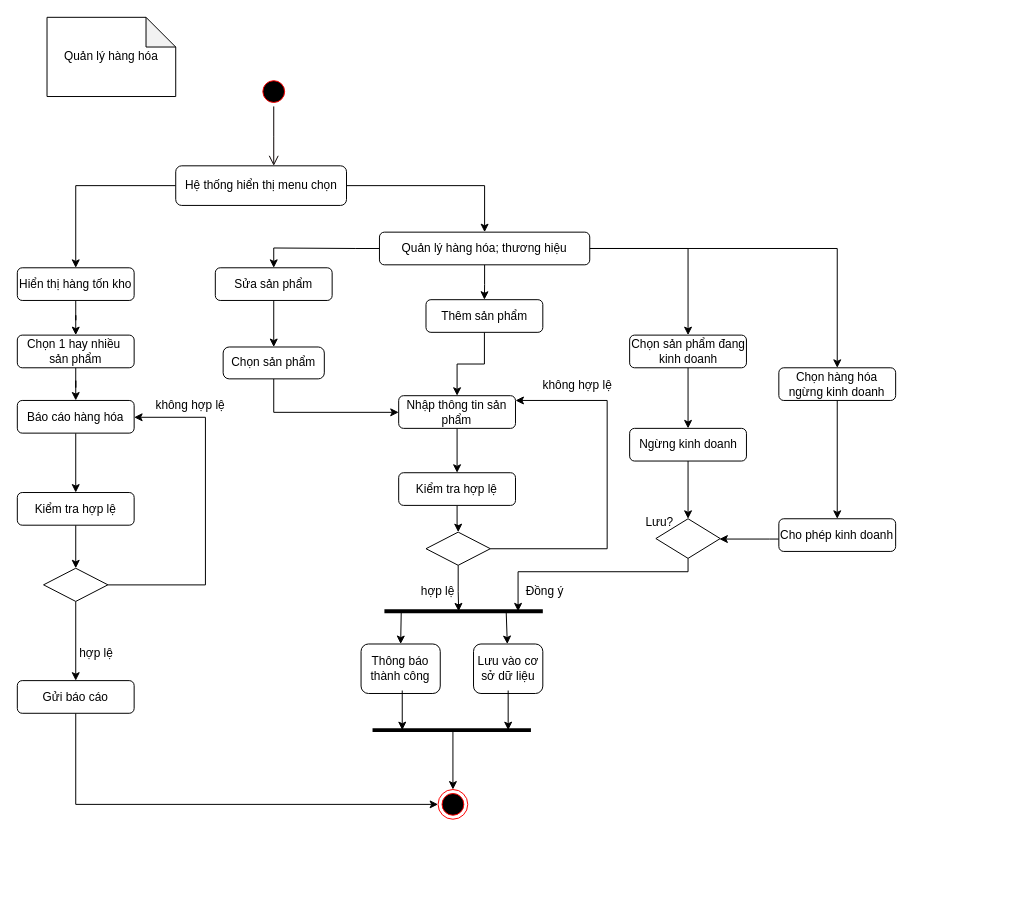
TccKaiCi/PTTK_CuaHangGiay keeps this draw.io diagram as Diagram/Activity/QL_HangHoa - Ver 2.drawio. Above is the earlier version. Source tidied: cells renumbered, new cells numbered last; positions are measured from the earlier drawing's top-left corner, leaving out a move shared by most shapes. Both pictures are drawn from the tidied source at 99%, with x=0, y=0 at pixel (17, 17).
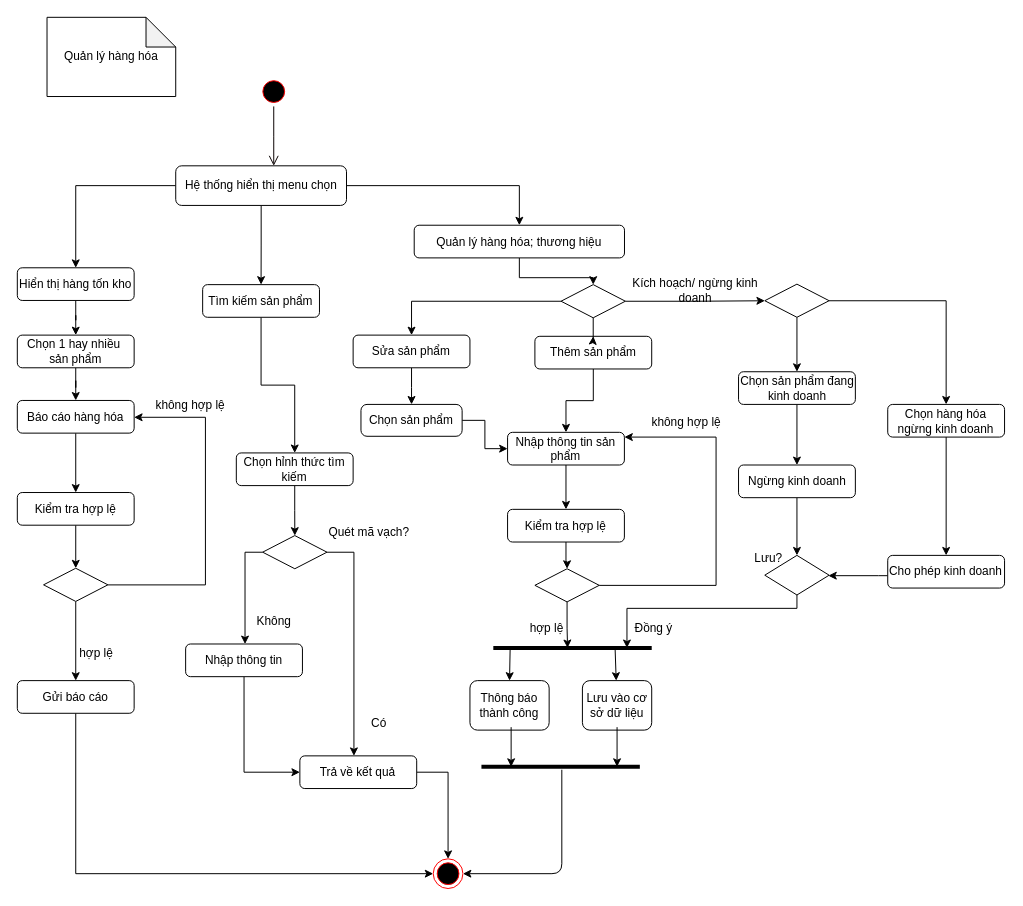
The same page after the edit.

The change refers to these unchanged cells:
```xml
<mxCell id="7" value="Hệ thống hiển thị menu chọn" style="rounded=1;whiteSpace=wrap;html=1;" parent="1" vertex="1">
  <mxGeometry x="160" y="150" width="172.5" height="40" as="geometry" />
</mxCell>
<mxCell id="65" value="Gửi báo cáo" style="rounded=1;whiteSpace=wrap;html=1;" parent="1" vertex="1">
  <mxGeometry y="670" width="118" height="33" as="geometry" />
</mxCell>
```

The edit, as a diff of the source:
```diff
@@
+    <mxCell id="66" style="edgeStyle=orthogonalEdgeStyle;rounded=0;jettySize=auto;html=1;" parent="1" edge="1" source="7" target="69">
+      <mxGeometry relative="1" as="geometry" />
+    </mxCell>
@@
     <mxCell id="8" style="ellipse;html=1;shape=endState;fillColor=#000000;strokeColor=#ff0000;" parent="1" vertex="1">
-      <mxGeometry x="425" y="780" width="30" height="30" as="geometry" />
+      <mxGeometry x="420.1" y="850" width="30" height="30" as="geometry" />
     </mxCell>
     <mxCell id="9" value="không hợp lệ" style="text;html=1;strokeColor=none;fillColor=none;align=center;verticalAlign=middle;whiteSpace=wrap;rounded=0;" parent="1" vertex="1">
-      <mxGeometry x="521.2" y="362.2" width="90" height="20" as="geometry" />
+      <mxGeometry x="631.2" y="399.2" width="90" height="20" as="geometry" />
     </mxCell>
-    <mxCell id="10" style="edgeStyle=orthogonalEdgeStyle;rounded=0;jettySize=auto;html=1;" parent="1" edge="1" source="14" target="18">
-      <mxGeometry relative="1" as="geometry" />
-    </mxCell>
-    <mxCell id="11" style="edgeStyle=orthogonalEdgeStyle;rounded=0;jettySize=auto;html=1;" parent="1" edge="1" source="14" target="48">
-      <mxGeometry relative="1" as="geometry" />
-    </mxCell>
-    <mxCell id="12" style="edgeStyle=orthogonalEdgeStyle;rounded=0;jettySize=auto;html=1;" parent="1" edge="1" source="14" target="51">
-      <mxGeometry relative="1" as="geometry" />
-    </mxCell>
-    <mxCell id="13" style="edgeStyle=orthogonalEdgeStyle;rounded=0;jettySize=auto;html=1;" parent="1" edge="1" source="14" target="39">
-      <mxGeometry relative="1" as="geometry" />
-    </mxCell>
+    <mxCell id="67" style="edgeStyle=orthogonalEdgeStyle;rounded=0;jettySize=auto;html=1;" parent="1" edge="1" source="14" target="73">
+      <mxGeometry relative="1" as="geometry" />
+    </mxCell>
     <mxCell id="14" value="Quản lý hàng hóa; thương hiệu" style="rounded=1;whiteSpace=wrap;html=1;" parent="1" vertex="1">
-      <mxGeometry x="365.8" y="217" width="212.4" height="33" as="geometry" />
+      <mxGeometry x="400.9" y="210" width="212.4" height="33" as="geometry" />
     </mxCell>
@@
     <mxCell id="18" value="Thêm sản phẩm" style="rounded=1;whiteSpace=wrap;html=1;" parent="1" vertex="1">
-      <mxGeometry x="412.8" y="285.2" width="118" height="33" as="geometry" />
+      <mxGeometry x="522.8" y="322.2" width="118" height="33" as="geometry" />
     </mxCell>
@@
     <mxCell id="22" value="Nhập thông tin sản phẩm" style="rounded=1;whiteSpace=wrap;html=1;" parent="1" vertex="1">
-      <mxGeometry x="385.2" y="382.2" width="118" height="33" as="geometry" />
+      <mxGeometry x="495.2" y="419.2" width="118" height="33" as="geometry" />
     </mxCell>
@@
     <mxCell id="24" value="Kiểm tra hợp lệ" style="rounded=1;whiteSpace=wrap;html=1;" parent="1" vertex="1">
-      <mxGeometry x="385.2" y="460" width="118" height="33" as="geometry" />
+      <mxGeometry x="495.2" y="497" width="118" height="33" as="geometry" />
     </mxCell>
     <mxCell id="25" style="edgeStyle=orthogonalEdgeStyle;rounded=0;jettySize=auto;html=1;" parent="1" edge="1" source="27" target="22">
       <mxGeometry relative="1" as="geometry">
         <Array as="points">
-          <mxPoint x="595.8" y="537" />
-          <mxPoint x="595.8" y="387" />
+          <mxPoint x="705.8" y="574" />
+          <mxPoint x="705.8" y="424" />
         </Array>
       </mxGeometry>
     </mxCell>
     <mxCell id="26" style="edgeStyle=orthogonalEdgeStyle;rounded=0;jettySize=auto;html=1;" parent="1" edge="1" source="27">
       <mxGeometry relative="1" as="geometry">
-        <mxPoint x="445.8" y="600" as="targetPoint" />
+        <mxPoint x="555.8" y="637" as="targetPoint" />
         <Array as="points">
-          <mxPoint x="445.8" y="580" />
-          <mxPoint x="445.8" y="580" />
+          <mxPoint x="555.8" y="617" />
+          <mxPoint x="555.8" y="617" />
         </Array>
       </mxGeometry>
     </mxCell>
     <mxCell id="27" style="rhombus;whiteSpace=wrap;html=1;" parent="1" vertex="1">
-      <mxGeometry x="412.8" y="520" width="65" height="33.5" as="geometry" />
+      <mxGeometry x="522.8" y="557" width="65" height="33.5" as="geometry" />
     </mxCell>
     <mxCell id="28" style="endArrow=none;html=1;strokeColor=#000000;strokeWidth=4;" parent="1" edge="1">
       <mxGeometry relative="1" as="geometry">
-        <mxPoint x="370.8" y="600" as="sourcePoint" />
-        <mxPoint x="530.8" y="600" as="targetPoint" />
+        <mxPoint x="480.8" y="637" as="sourcePoint" />
+        <mxPoint x="640.8" y="637" as="targetPoint" />
       </mxGeometry>
     </mxCell>
     <mxCell id="29" value="hợp lệ" style="text;html=1;strokeColor=none;fillColor=none;align=center;verticalAlign=middle;whiteSpace=wrap;rounded=0;" parent="1" vertex="1">
-      <mxGeometry x="395" y="570" width="60" height="20" as="geometry" />
+      <mxGeometry x="505" y="607" width="60" height="20" as="geometry" />
     </mxCell>
     <mxCell id="30" value="Thông báo thành công" style="rounded=1;whiteSpace=wrap;html=1;" parent="1" vertex="1">
-      <mxGeometry x="347.2" y="633" width="80" height="50" as="geometry" />
+      <mxGeometry x="457.2" y="670" width="80" height="50" as="geometry" />
     </mxCell>
     <mxCell id="31" value="Lưu vào cơ sở dữ liệu" style="rounded=1;whiteSpace=wrap;html=1;" parent="1" vertex="1">
-      <mxGeometry x="460.8" y="633" width="70" height="50" as="geometry" />
+      <mxGeometry x="570.8" y="670" width="70" height="50" as="geometry" />
     </mxCell>
     <mxCell id="32" style="endArrow=classic;html=1;strokeColor=#000000;strokeWidth=1;entryX=0.5;entryY=0;entryDx=0;entryDy=0;" parent="1" edge="1" target="30">
       <mxGeometry relative="1" as="geometry">
-        <mxPoint x="387.8" y="600" as="sourcePoint" />
+        <mxPoint x="497.8" y="637" as="sourcePoint" />
       </mxGeometry>
     </mxCell>
     <mxCell id="33" style="endArrow=classic;html=1;strokeColor=#000000;strokeWidth=1;" parent="1" edge="1" target="31">
       <mxGeometry relative="1" as="geometry">
-        <mxPoint x="493.8" y="600" as="sourcePoint" />
+        <mxPoint x="603.8" y="637" as="sourcePoint" />
       </mxGeometry>
     </mxCell>
     <mxCell id="34" style="endArrow=none;html=1;strokeColor=#000000;strokeWidth=4;" parent="1" edge="1">
       <mxGeometry relative="1" as="geometry">
-        <mxPoint x="358.8" y="720" as="sourcePoint" />
-        <mxPoint x="518.8" y="720" as="targetPoint" />
+        <mxPoint x="468.8" y="757" as="sourcePoint" />
+        <mxPoint x="628.8" y="757" as="targetPoint" />
       </mxGeometry>
     </mxCell>
     <mxCell id="35" style="endArrow=classic;html=1;strokeColor=#000000;strokeWidth=1;" parent="1" edge="1">
       <mxGeometry relative="1" as="geometry">
-        <mxPoint x="388.8" y="680" as="sourcePoint" />
-        <mxPoint x="388.8" y="720" as="targetPoint" />
+        <mxPoint x="498.8" y="717" as="sourcePoint" />
+        <mxPoint x="498.8" y="757" as="targetPoint" />
       </mxGeometry>
     </mxCell>
     <mxCell id="36" style="endArrow=classic;html=1;strokeColor=#000000;strokeWidth=1;" parent="1" edge="1">
       <mxGeometry relative="1" as="geometry">
-        <mxPoint x="495.8" y="680" as="sourcePoint" />
-        <mxPoint x="495.8" y="720" as="targetPoint" />
+        <mxPoint x="605.8" y="717" as="sourcePoint" />
+        <mxPoint x="605.8" y="757" as="targetPoint" />
       </mxGeometry>
     </mxCell>
-    <mxCell id="37" style="endArrow=classic;html=1;strokeColor=#000000;strokeWidth=1;entryX=0.5;entryY=0;entryDx=0;entryDy=0;" parent="1" edge="1" target="8">
-      <mxGeometry relative="1" as="geometry">
-        <mxPoint x="440" y="720" as="sourcePoint" />
-      </mxGeometry>
-    </mxCell>
@@
     <mxCell id="39" value="Sửa sản phẩm" style="rounded=1;whiteSpace=wrap;html=1;" parent="1" vertex="1">
-      <mxGeometry x="200" y="253" width="118" height="33" as="geometry" />
+      <mxGeometry x="339.2" y="321" width="118" height="33" as="geometry" />
     </mxCell>
     <mxCell id="40" style="edgeStyle=orthogonalEdgeStyle;rounded=0;jettySize=auto;html=1;" parent="1" edge="1" source="41" target="22">
-      <mxGeometry relative="1" as="geometry">
-        <Array as="points">
-          <mxPoint x="258.8" y="399" />
-        </Array>
-      </mxGeometry>
+      <mxGeometry relative="1" as="geometry" />
     </mxCell>
     <mxCell id="41" value="Chọn sản phẩm" style="rounded=1;whiteSpace=wrap;html=1;direction=south;arcSize=19;" parent="1" vertex="1">
-      <mxGeometry x="207.9" y="333" width="102.2" height="32.2" as="geometry" />
+      <mxGeometry x="347.1" y="391" width="102.2" height="32.2" as="geometry" />
     </mxCell>
@@
     <mxCell id="44" value="Ngừng kinh doanh" style="rounded=1;whiteSpace=wrap;html=1;" parent="1" vertex="1">
-      <mxGeometry x="618.5" y="415.2" width="118" height="33" as="geometry" />
+      <mxGeometry x="728.5" y="452.2" width="118" height="33" as="geometry" />
     </mxCell>
     <mxCell id="45" style="edgeStyle=orthogonalEdgeStyle;rounded=0;jettySize=auto;html=1;" parent="1" edge="1" source="46" target="50">
       <mxGeometry relative="1" as="geometry">
         <Array as="points">
-          <mxPoint x="760" y="527" />
-          <mxPoint x="760" y="527" />
+          <mxPoint x="870" y="564" />
+          <mxPoint x="870" y="564" />
         </Array>
       </mxGeometry>
     </mxCell>
     <mxCell id="46" value="Cho phép kinh doanh" style="rounded=1;whiteSpace=wrap;html=1;" parent="1" vertex="1">
-      <mxGeometry x="769.2" y="506.5" width="118" height="33" as="geometry" />
+      <mxGeometry x="879.2" y="543.5" width="118" height="33" as="geometry" />
     </mxCell>
@@
     <mxCell id="48" value="Chọn sản phẩm đang kinh doanh" style="rounded=1;whiteSpace=wrap;html=1;" parent="1" vertex="1">
-      <mxGeometry x="618.5" y="321" width="118" height="33" as="geometry" />
+      <mxGeometry x="728.5" y="358" width="118" height="33" as="geometry" />
     </mxCell>
     <mxCell id="49" style="edgeStyle=orthogonalEdgeStyle;rounded=0;jettySize=auto;html=1;" parent="1" edge="1" source="50">
       <mxGeometry relative="1" as="geometry">
-        <mxPoint x="505.8" y="600" as="targetPoint" />
+        <mxPoint x="615.8" y="637" as="targetPoint" />
         <Array as="points">
-          <mxPoint x="677.8" y="560" />
-          <mxPoint x="505.8" y="560" />
-          <mxPoint x="505.8" y="600" />
+          <mxPoint x="787.8" y="597" />
+          <mxPoint x="615.8" y="597" />
+          <mxPoint x="615.8" y="637" />
         </Array>
       </mxGeometry>
     </mxCell>
     <mxCell id="50" style="rhombus;whiteSpace=wrap;html=1;" parent="1" vertex="1">
-      <mxGeometry x="645" y="506.5" width="65" height="40" as="geometry" />
+      <mxGeometry x="755" y="543.5" width="65" height="40" as="geometry" />
     </mxCell>
     <mxCell id="51" value="Chọn hàng hóa ngừng kinh doanh" style="rounded=1;whiteSpace=wrap;html=1;" parent="1" vertex="1">
-      <mxGeometry x="769.2" y="354" width="118" height="33" as="geometry" />
+      <mxGeometry x="879.2" y="391" width="118" height="33" as="geometry" />
     </mxCell>
@@
     <mxCell id="53" value="Lưu?" style="text;html=1;strokeColor=none;fillColor=none;align=center;verticalAlign=middle;whiteSpace=wrap;rounded=0;" parent="1" vertex="1">
-      <mxGeometry x="618.5" y="500" width="60" height="20" as="geometry" />
+      <mxGeometry x="728.5" y="537" width="60" height="20" as="geometry" />
     </mxCell>
     <mxCell id="54" value="Đồng ý" style="text;html=1;strokeColor=none;fillColor=none;align=center;verticalAlign=middle;whiteSpace=wrap;rounded=0;" parent="1" vertex="1">
-      <mxGeometry x="503.2" y="570" width="60" height="20" as="geometry" />
+      <mxGeometry x="613.2" y="607" width="60" height="20" as="geometry" />
     </mxCell>
@@
     <mxCell id="64" style="edgeStyle=orthogonalEdgeStyle;rounded=0;jettySize=auto;html=1;" parent="1" edge="1" source="65" target="8">
       <mxGeometry relative="1" as="geometry">
         <Array as="points">
-          <mxPoint x="59" y="795" />
+          <mxPoint x="59" y="865" />
         </Array>
       </mxGeometry>
     </mxCell>
@@
+    <mxCell id="68" style="edgeStyle=orthogonalEdgeStyle;rounded=0;jettySize=auto;html=1;" parent="1" edge="1" source="69" target="80">
+      <mxGeometry relative="1" as="geometry" />
+    </mxCell>
+    <mxCell id="69" value="Tìm kiếm sản phẩm" style="rounded=1;whiteSpace=wrap;html=1;" parent="1" vertex="1">
+      <mxGeometry x="187.2" y="270" width="118" height="33" as="geometry" />
+    </mxCell>
+    <mxCell id="70" style="edgeStyle=orthogonalEdgeStyle;rounded=0;jettySize=auto;html=1;entryX=0.5;entryY=0;entryDx=0;entryDy=0;" parent="1" edge="1" source="73" target="39">
+      <mxGeometry relative="1" as="geometry" />
+    </mxCell>
+    <mxCell id="71" style="edgeStyle=orthogonalEdgeStyle;rounded=0;jettySize=auto;html=1;" parent="1" edge="1" source="73" target="18">
+      <mxGeometry relative="1" as="geometry" />
+    </mxCell>
+    <mxCell id="72" style="edgeStyle=orthogonalEdgeStyle;rounded=0;jettySize=auto;html=1;" parent="1" edge="1" source="73" target="76">
+      <mxGeometry relative="1" as="geometry" />
+    </mxCell>
+    <mxCell id="73" style="rhombus;whiteSpace=wrap;html=1;" parent="1" vertex="1">
+      <mxGeometry x="549.2" y="270" width="65" height="33.5" as="geometry" />
+    </mxCell>
+    <mxCell id="74" style="edgeStyle=orthogonalEdgeStyle;rounded=0;jettySize=auto;html=1;" parent="1" edge="1" source="76" target="48">
+      <mxGeometry relative="1" as="geometry" />
+    </mxCell>
+    <mxCell id="75" style="edgeStyle=orthogonalEdgeStyle;rounded=0;jettySize=auto;html=1;" parent="1" edge="1" source="76" target="51">
+      <mxGeometry relative="1" as="geometry" />
+    </mxCell>
+    <mxCell id="76" style="rhombus;whiteSpace=wrap;html=1;" parent="1" vertex="1">
+      <mxGeometry x="755" y="269.5" width="65" height="33.5" as="geometry" />
+    </mxCell>
+    <mxCell id="77" value="Kích hoạch/ ngừng kinh doanh" style="text;html=1;strokeColor=none;fillColor=none;align=center;verticalAlign=middle;whiteSpace=wrap;rounded=0;" parent="1" vertex="1">
+      <mxGeometry x="620" y="266" width="130" height="20" as="geometry" />
+    </mxCell>
+    <mxCell id="78" style="endArrow=classic;html=1;" parent="1" edge="1" target="8">
+      <mxGeometry relative="1" as="geometry">
+        <mxPoint x="550" y="760" as="sourcePoint" />
+        <Array as="points">
+          <mxPoint x="550" y="865" />
+        </Array>
+      </mxGeometry>
+    </mxCell>
+    <mxCell id="79" style="edgeStyle=orthogonalEdgeStyle;rounded=0;jettySize=auto;html=1;" parent="1" edge="1" source="80" target="83">
+      <mxGeometry relative="1" as="geometry" />
+    </mxCell>
+    <mxCell id="80" value="Chọn hỉnh thức tìm kiếm" style="rounded=1;whiteSpace=wrap;html=1;" parent="1" vertex="1">
+      <mxGeometry x="221.2" y="440" width="118" height="33" as="geometry" />
+    </mxCell>
+    <mxCell id="81" style="edgeStyle=orthogonalEdgeStyle;rounded=0;jettySize=auto;html=1;" parent="1" edge="1" source="83" target="86">
+      <mxGeometry relative="1" as="geometry">
+        <Array as="points">
+          <mxPoint x="230" y="540" />
+        </Array>
+      </mxGeometry>
+    </mxCell>
+    <mxCell id="82" style="edgeStyle=orthogonalEdgeStyle;rounded=0;jettySize=auto;html=1;" parent="1" edge="1" source="83" target="89">
+      <mxGeometry relative="1" as="geometry">
+        <Array as="points">
+          <mxPoint x="340" y="540" />
+        </Array>
+      </mxGeometry>
+    </mxCell>
+    <mxCell id="83" style="rhombus;whiteSpace=wrap;html=1;" parent="1" vertex="1">
+      <mxGeometry x="247.8" y="523.5" width="65" height="33.5" as="geometry" />
+    </mxCell>
+    <mxCell id="84" value="Quét mã vạch?" style="text;html=1;strokeColor=none;fillColor=none;align=center;verticalAlign=middle;whiteSpace=wrap;rounded=0;" parent="1" vertex="1">
+      <mxGeometry x="312.8" y="510" width="84.8" height="20" as="geometry" />
+    </mxCell>
+    <mxCell id="85" style="edgeStyle=orthogonalEdgeStyle;rounded=0;jettySize=auto;html=1;entryX=0;entryY=0.5;entryDx=0;entryDy=0;" parent="1" edge="1" source="86" target="89">
+      <mxGeometry relative="1" as="geometry" />
+    </mxCell>
+    <mxCell id="86" value="Nhập thông tin" style="rounded=1;whiteSpace=wrap;html=1;" parent="1" vertex="1">
+      <mxGeometry x="170" y="633" width="118" height="33" as="geometry" />
+    </mxCell>
+    <mxCell id="87" value="Không" style="text;html=1;strokeColor=none;fillColor=none;align=center;verticalAlign=middle;whiteSpace=wrap;rounded=0;" parent="1" vertex="1">
+      <mxGeometry x="232.6" y="600" width="52.8" height="20" as="geometry" />
+    </mxCell>
+    <mxCell id="88" style="edgeStyle=orthogonalEdgeStyle;rounded=0;jettySize=auto;html=1;" parent="1" edge="1" source="89" target="8">
+      <mxGeometry relative="1" as="geometry" />
+    </mxCell>
+    <mxCell id="89" value="Trả về kết quả" style="rounded=1;whiteSpace=wrap;html=1;" parent="1" vertex="1">
+      <mxGeometry x="285.4" y="746" width="118" height="33" as="geometry" />
+    </mxCell>
+    <mxCell id="90" value="Có" style="text;html=1;strokeColor=none;fillColor=none;align=center;verticalAlign=middle;whiteSpace=wrap;rounded=0;" parent="1" vertex="1">
+      <mxGeometry x="339.2" y="703" width="52.8" height="20" as="geometry" />
+    </mxCell>
```
